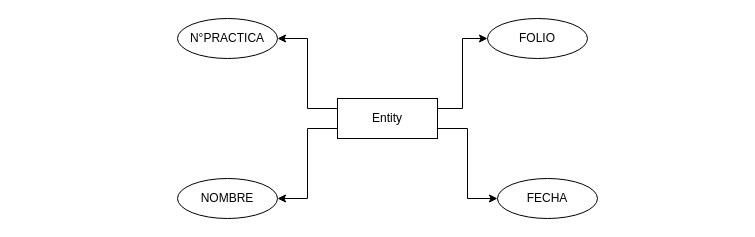
Before: Diagrama sin título.drawio in VictorOsm/BASEDEDATOS, a draw.io diagram. Source tidied: cells renumbered, new cells numbered last; positions are measured from the earlier drawing's top-left corner, leaving out a move shared by most shapes. Both pictures are drawn from the tidied source at 100%, with x=0, y=0 at pixel (177, 18).
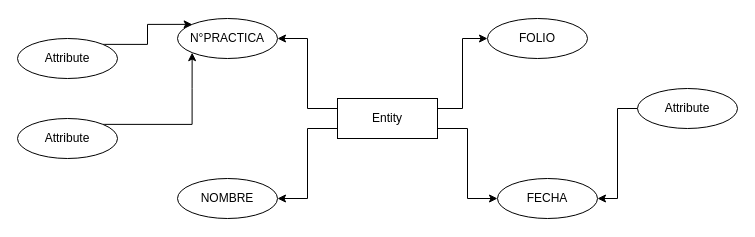
After the change.

The edit, as a diff of the source:
```diff
@@
 <mxGraphModel>
   <root>
     <mxCell id="0" />
     <mxCell id="1" parent="0" />
     <mxCell id="2" value="FOLIO" style="ellipse;whiteSpace=wrap;html=1;align=center;" parent="1" vertex="1">
       <mxGeometry x="310" width="100" height="40" as="geometry" />
     </mxCell>
     <mxCell id="3" value="N°PRACTICA" style="ellipse;whiteSpace=wrap;html=1;align=center;" parent="1" vertex="1">
       <mxGeometry width="100" height="40" as="geometry" />
     </mxCell>
     <mxCell id="4" value="NOMBRE" style="ellipse;whiteSpace=wrap;html=1;align=center;" parent="1" vertex="1">
       <mxGeometry y="160" width="100" height="40" as="geometry" />
     </mxCell>
     <mxCell id="5" value="FECHA" style="ellipse;whiteSpace=wrap;html=1;align=center;" parent="1" vertex="1">
       <mxGeometry x="320" y="160" width="100" height="40" as="geometry" />
     </mxCell>
     <mxCell id="6" style="edgeStyle=orthogonalEdgeStyle;rounded=0;jettySize=auto;html=1;exitX=0;exitY=0.25;exitDx=0;exitDy=0;entryX=1;entryY=0.5;entryDx=0;entryDy=0;" parent="1" edge="1" source="10" target="3">
       <mxGeometry relative="1" as="geometry" />
     </mxCell>
     <mxCell id="7" style="edgeStyle=orthogonalEdgeStyle;rounded=0;jettySize=auto;html=1;exitX=0;exitY=0.75;exitDx=0;exitDy=0;entryX=1;entryY=0.5;entryDx=0;entryDy=0;" parent="1" edge="1" source="10" target="4">
       <mxGeometry relative="1" as="geometry" />
     </mxCell>
     <mxCell id="8" style="edgeStyle=orthogonalEdgeStyle;rounded=0;jettySize=auto;html=1;exitX=1;exitY=0.75;exitDx=0;exitDy=0;entryX=0;entryY=0.5;entryDx=0;entryDy=0;" parent="1" edge="1" source="10" target="5">
       <mxGeometry relative="1" as="geometry" />
     </mxCell>
     <mxCell id="9" style="edgeStyle=orthogonalEdgeStyle;rounded=0;jettySize=auto;html=1;exitX=1;exitY=0.25;exitDx=0;exitDy=0;entryX=0;entryY=0.5;entryDx=0;entryDy=0;" parent="1" edge="1" source="10" target="2">
       <mxGeometry relative="1" as="geometry" />
     </mxCell>
     <mxCell id="10" value="Entity" style="whiteSpace=wrap;html=1;align=center;" parent="1" vertex="1">
       <mxGeometry x="160" y="80" width="100" height="40" as="geometry" />
     </mxCell>
+    <mxCell id="11" style="edgeStyle=orthogonalEdgeStyle;rounded=0;jettySize=auto;html=1;exitX=1;exitY=0;exitDx=0;exitDy=0;entryX=0;entryY=0;entryDx=0;entryDy=0;" parent="1" edge="1" source="12" target="3">
+      <mxGeometry relative="1" as="geometry" />
+    </mxCell>
+    <mxCell id="12" value="Attribute" style="ellipse;whiteSpace=wrap;html=1;align=center;" parent="1" vertex="1">
+      <mxGeometry x="-160" y="20" width="100" height="40" as="geometry" />
+    </mxCell>
+    <mxCell id="13" style="edgeStyle=orthogonalEdgeStyle;rounded=0;jettySize=auto;html=1;exitX=1;exitY=0;exitDx=0;exitDy=0;entryX=0;entryY=1;entryDx=0;entryDy=0;" parent="1" edge="1" source="14" target="3">
+      <mxGeometry relative="1" as="geometry" />
+    </mxCell>
+    <mxCell id="14" value="Attribute" style="ellipse;whiteSpace=wrap;html=1;align=center;" parent="1" vertex="1">
+      <mxGeometry x="-160" y="100" width="100" height="40" as="geometry" />
+    </mxCell>
+    <mxCell id="15" style="edgeStyle=orthogonalEdgeStyle;rounded=0;jettySize=auto;html=1;exitX=0;exitY=0.5;exitDx=0;exitDy=0;entryX=1;entryY=0.5;entryDx=0;entryDy=0;" parent="1" edge="1" source="16" target="5">
+      <mxGeometry relative="1" as="geometry" />
+    </mxCell>
+    <mxCell id="16" value="Attribute" style="ellipse;whiteSpace=wrap;html=1;align=center;" parent="1" vertex="1">
+      <mxGeometry x="460" y="70" width="100" height="40" as="geometry" />
+    </mxCell>
   </root>
 </mxGraphModel>
```
